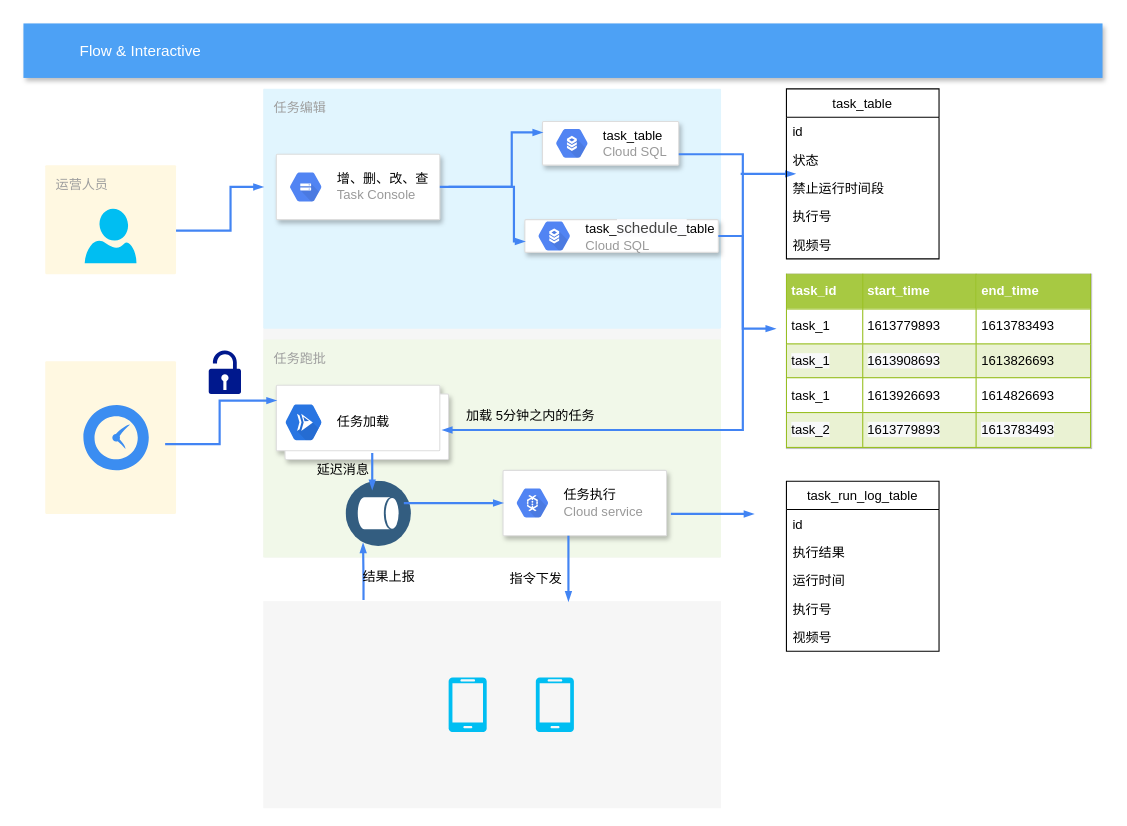
The draw.io diagram craft/task_magr1.drawio in feihu618/drawio, before the edit. Source tidied: cells renumbered, new cells numbered last; positions are measured from the earlier drawing's top-left corner, leaving out a move shared by most shapes. Both pictures are drawn from the tidied source at 109%, with x=0, y=0 at pixel (23, 23).
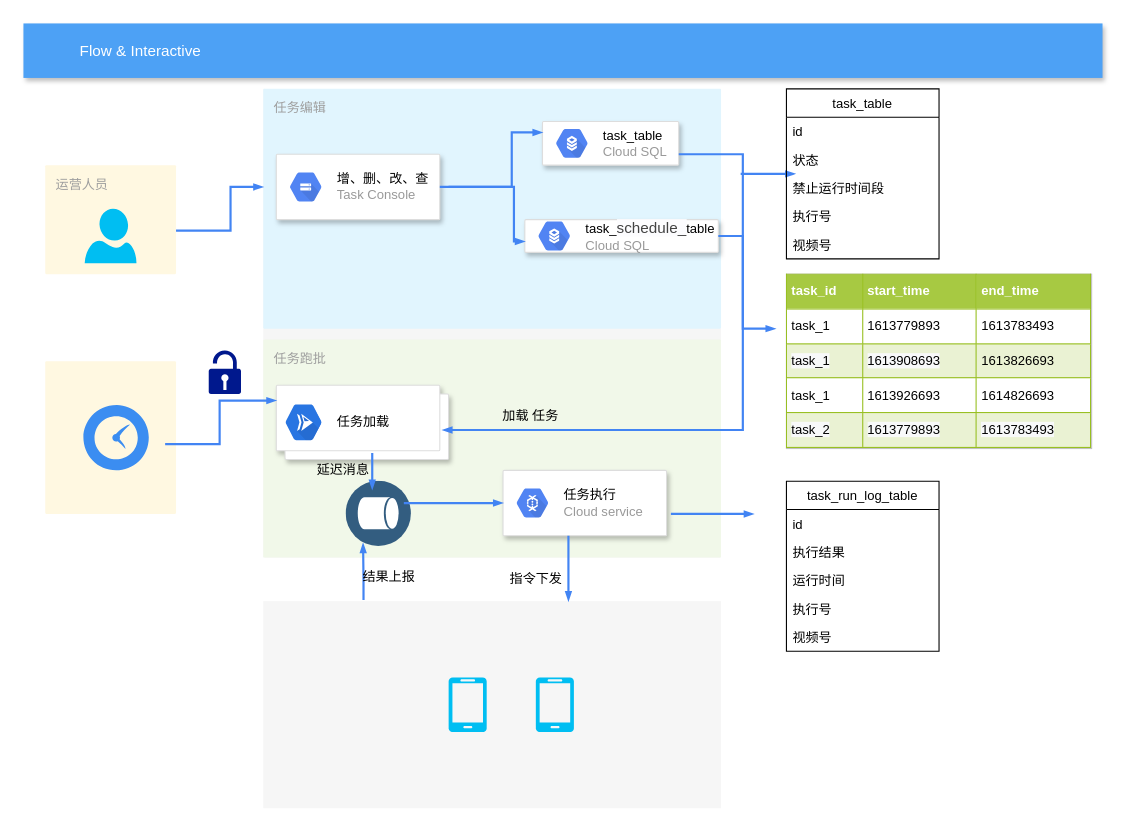
Above is the later version.

Diff of the diagram source:
```diff
@@
-    <mxCell id="55" value="加载 5分钟之内的任务" style="text;html=1;align=center;verticalAlign=middle;fillColor=none;strokeColor=none;rounded=0;" parent="1" vertex="1">
-      <mxGeometry x="400" y="350" width="130" height="20" as="geometry" />
+    <mxCell id="55" value="加载 任务" style="text;html=1;align=center;verticalAlign=middle;fillColor=none;strokeColor=none;rounded=0;" parent="1" vertex="1">
+      <mxGeometry x="430" y="350" width="70" height="20" as="geometry" />
     </mxCell>
```
